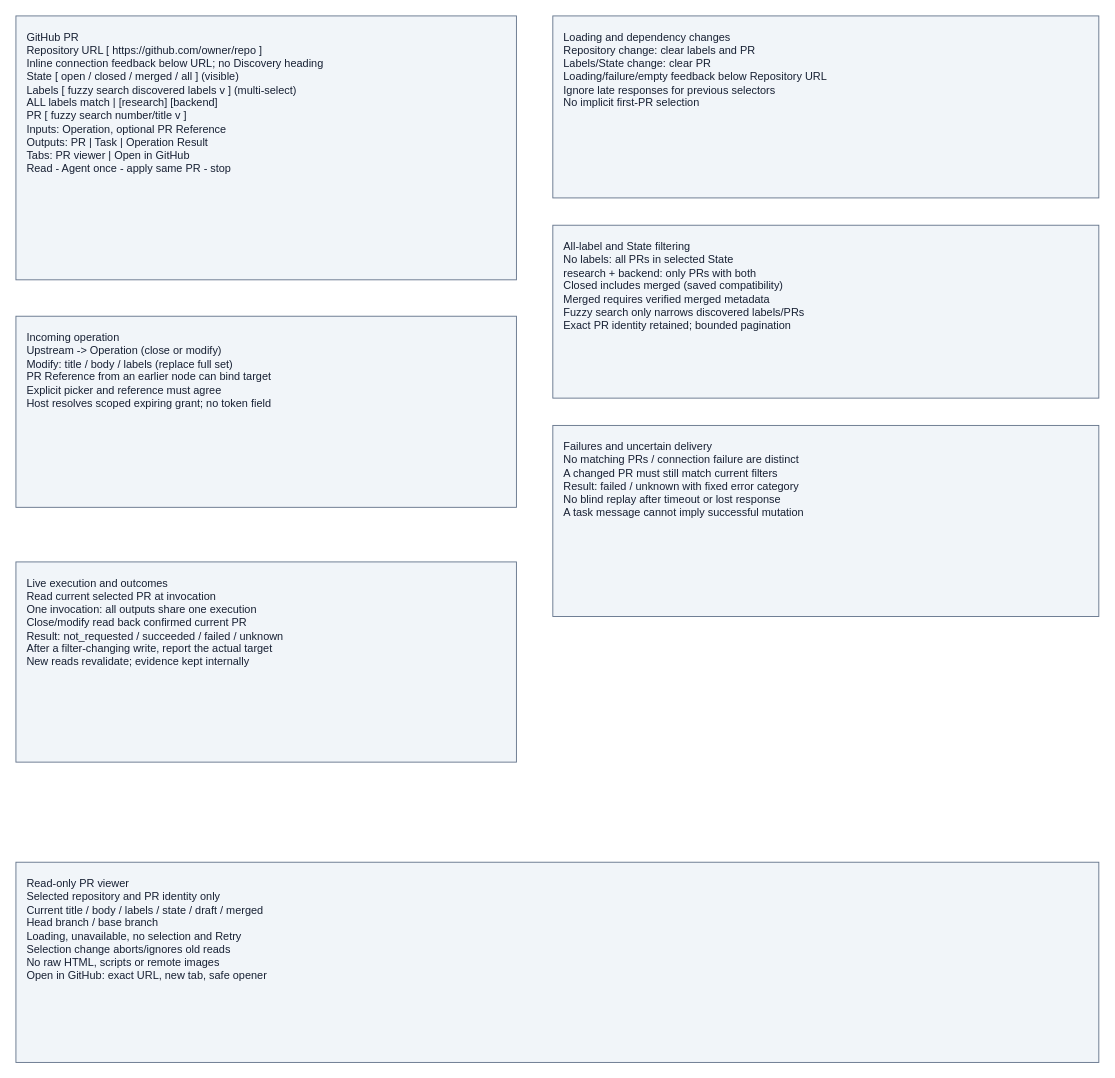
Before: page "GitHub PR" (1 of 3) of projects/laomedo/subsystems/issue-integration/design/github-pr-node.drawio in amadou-6e/specs, a draw.io diagram. Source tidied: cells renumbered, new cells numbered last; positions are measured from the earlier drawing's top-left corner, leaving out a move shared by most shapes. Both pictures are drawn from the tidied source at 91%, with x=0, y=0 at pixel (15, 15).
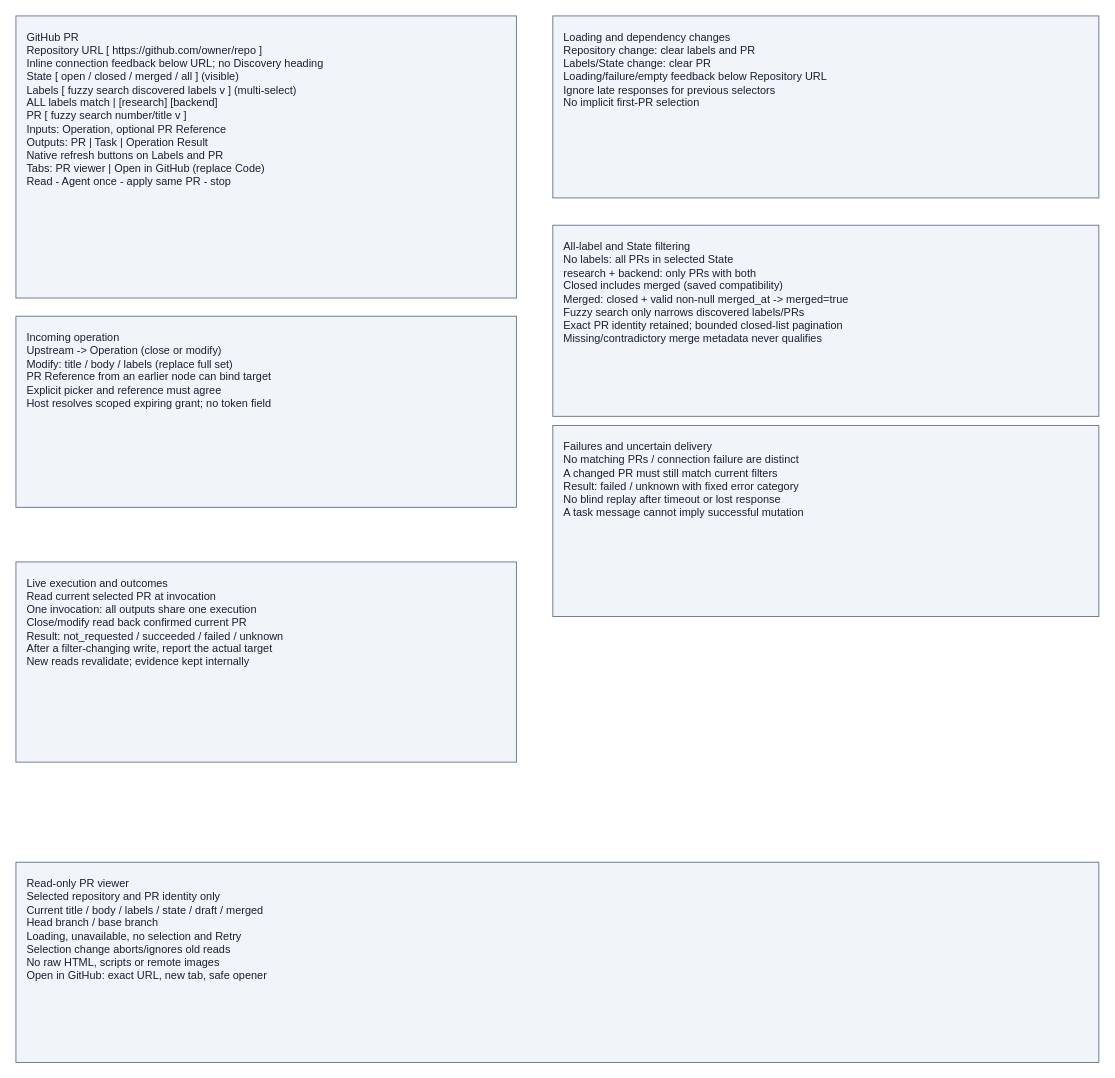
Above is the later version.

Commit message (it also covers changes not shown here):
Clarify PR refresh, feedback states and merged predicate (#414)

What changed in the source:
```diff
@@
 <mxGraphModel>
   <root>
     <mxCell id="0" />
     <mxCell id="1" parent="0" />
-    <mxCell id="2" value="GitHub PR&#10;Repository URL [ https://github.com/owner/repo ]&#10;Inline connection feedback below URL; no Discovery heading&#10;State [ open / closed / merged / all ] (visible)&#10;Labels [ fuzzy search discovered labels v ] (multi-select)&#10;ALL labels match | [research] [backend]&#10;PR [ fuzzy search number/title v ]&#10;Inputs: Operation, optional PR Reference&#10;Outputs: PR | Task | Operation Result&#10;Tabs: PR viewer | Open in GitHub&#10;Read - Agent once - apply same PR - stop" style="rounded=0;whiteSpace=wrap;html=0;align=left;verticalAlign=top;spacing=12;fillColor=#f1f5f9;strokeColor=#64748b;fontColor=#172033;" parent="1" vertex="1">
-      <mxGeometry width="550" height="290" as="geometry" />
+    <mxCell id="2" value="GitHub PR&#10;Repository URL [ https://github.com/owner/repo ]&#10;Inline connection feedback below URL; no Discovery heading&#10;State [ open / closed / merged / all ] (visible)&#10;Labels [ fuzzy search discovered labels v ] (multi-select)&#10;ALL labels match | [research] [backend]&#10;PR [ fuzzy search number/title v ]&#10;Inputs: Operation, optional PR Reference&#10;Outputs: PR | Task | Operation Result&#10;Native refresh buttons on Labels and PR&#10;Tabs: PR viewer | Open in GitHub (replace Code)&#10;Read - Agent once - apply same PR - stop" style="rounded=0;whiteSpace=wrap;html=0;align=left;verticalAlign=top;spacing=12;fillColor=#f1f5f9;strokeColor=#64748b;fontColor=#172033;" parent="1" vertex="1">
+      <mxGeometry width="550" height="310" as="geometry" />
     </mxCell>
     <mxCell id="3" value="Loading and dependency changes&#10;Repository change: clear labels and PR&#10;Labels/State change: clear PR&#10;Loading/failure/empty feedback below Repository URL&#10;Ignore late responses for previous selectors&#10;No implicit first-PR selection" style="rounded=0;whiteSpace=wrap;html=0;align=left;verticalAlign=top;spacing=12;fillColor=#f1f5f9;strokeColor=#64748b;fontColor=#172033;" parent="1" vertex="1">
       <mxGeometry x="590" width="600" height="200" as="geometry" />
     </mxCell>
-    <mxCell id="4" value="All-label and State filtering&#10;No labels: all PRs in selected State&#10;research + backend: only PRs with both&#10;Closed includes merged (saved compatibility)&#10;Merged requires verified merged metadata&#10;Fuzzy search only narrows discovered labels/PRs&#10;Exact PR identity retained; bounded pagination" style="rounded=0;whiteSpace=wrap;html=0;align=left;verticalAlign=top;spacing=12;fillColor=#f1f5f9;strokeColor=#64748b;fontColor=#172033;" parent="1" vertex="1">
-      <mxGeometry x="590" y="230" width="600" height="190" as="geometry" />
+    <mxCell id="4" value="All-label and State filtering&#10;No labels: all PRs in selected State&#10;research + backend: only PRs with both&#10;Closed includes merged (saved compatibility)&#10;Merged: closed + valid non-null merged_at -&gt; merged=true&#10;Fuzzy search only narrows discovered labels/PRs&#10;Exact PR identity retained; bounded closed-list pagination&#10;Missing/contradictory merge metadata never qualifies" style="rounded=0;whiteSpace=wrap;html=0;align=left;verticalAlign=top;spacing=12;fillColor=#f1f5f9;strokeColor=#64748b;fontColor=#172033;" parent="1" vertex="1">
+      <mxGeometry x="590" y="230" width="600" height="210" as="geometry" />
     </mxCell>
     <mxCell id="5" value="Incoming operation&#10;Upstream -&gt; Operation (close or modify)&#10;Modify: title / body / labels (replace full set)&#10;PR Reference from an earlier node can bind target&#10;Explicit picker and reference must agree&#10;Host resolves scoped expiring grant; no token field" style="rounded=0;whiteSpace=wrap;html=0;align=left;verticalAlign=top;spacing=12;fillColor=#f1f5f9;strokeColor=#64748b;fontColor=#172033;" parent="1" vertex="1">
       <mxGeometry y="330" width="550" height="210" as="geometry" />
     </mxCell>
     <mxCell id="6" value="Failures and uncertain delivery&#10;No matching PRs / connection failure are distinct&#10;A changed PR must still match current filters&#10;Result: failed / unknown with fixed error category&#10;No blind replay after timeout or lost response&#10;A task message cannot imply successful mutation" style="rounded=0;whiteSpace=wrap;html=0;align=left;verticalAlign=top;spacing=12;fillColor=#f1f5f9;strokeColor=#64748b;fontColor=#172033;" parent="1" vertex="1">
       <mxGeometry x="590" y="450" width="600" height="210" as="geometry" />
     </mxCell>
     <mxCell id="7" value="Live execution and outcomes&#10;Read current selected PR at invocation&#10;One invocation: all outputs share one execution&#10;Close/modify read back confirmed current PR&#10;Result: not_requested / succeeded / failed / unknown&#10;After a filter-changing write, report the actual target&#10;New reads revalidate; evidence kept internally" style="rounded=0;whiteSpace=wrap;html=0;align=left;verticalAlign=top;spacing=12;fillColor=#f1f5f9;strokeColor=#64748b;fontColor=#172033;" parent="1" vertex="1">
       <mxGeometry y="600" width="550" height="220" as="geometry" />
     </mxCell>
     <mxCell id="8" value="Read-only PR viewer&#10;Selected repository and PR identity only&#10;Current title / body / labels / state / draft / merged&#10;Head branch / base branch&#10;Loading, unavailable, no selection and Retry&#10;Selection change aborts/ignores old reads&#10;No raw HTML, scripts or remote images&#10;Open in GitHub: exact URL, new tab, safe opener" style="rounded=0;whiteSpace=wrap;html=0;align=left;verticalAlign=top;spacing=12;fillColor=#f1f5f9;strokeColor=#64748b;fontColor=#172033;" parent="1" vertex="1">
       <mxGeometry y="930" width="1190" height="220" as="geometry" />
     </mxCell>
   </root>
 </mxGraphModel>
```
